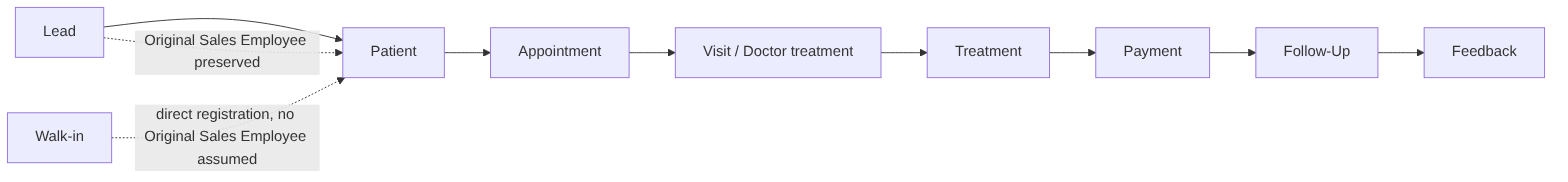
This is docs/rendered-diagrams/diagram-05-patient-lifecycle.png from mostafaabdullah11/Dental-clinical-system, a Mermaid export, as it was before one commit. Its source is kept beside it as docs/diagrams/diagram-05-patient-lifecycle.mmd.
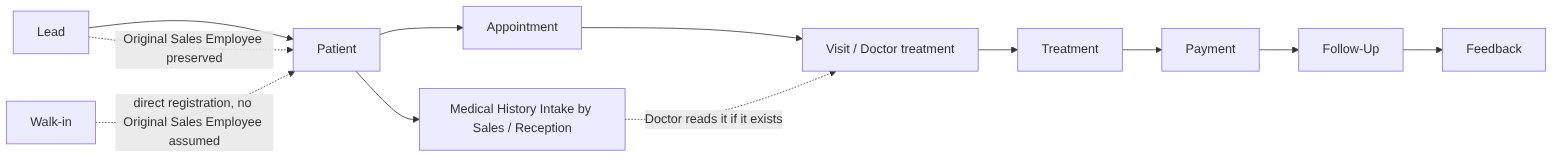
Above is the later version.

The edit, as a diff of the source:
```diff
@@ -1,10 +1,16 @@
 flowchart LR
-    L["Lead"] --> P["Patient"]
-    P --> A["Appointment"]
-    A --> D["Visit / Doctor treatment"]
+    L["Lead (Original Sales Employee)"] --> P["Patient"]
+    W["Walk-in / Direct"] -->|"patient_source WalkIn, no Original Sales Employee, zero Sales commission"| P
+    L -.->|"patient_source Lead, Original Sales Employee preserved"| P
+    P --> A["Appointment (status Scheduled or Confirmed)"]
+    P --> MH["Medical History Intake by Sales / Reception"]
+    A --> AR["Sales records arrival (event, status unchanged)"]
+    AR --> Q["Doctor queue (derived from arrival)"]
+    Q --> D["Doctor starts the Visit"]
+    D --> IT["Appointment becomes In Treatment; patient leaves the queue"]
+    MH -.->|"Doctor reads it if it exists"| D
     D --> T["Treatment"]
     T --> PAY["Payment"]
     PAY --> F["Follow-Up"]
     F --> FB["Feedback"]
-    W["Walk-in"] -.->|"direct registration, no Original Sales Employee assumed"| P
-    L -.->|"Original Sales Employee preserved"| P
+    NOTE["No Arrived or Waiting status exists"] -.-> AR
```
